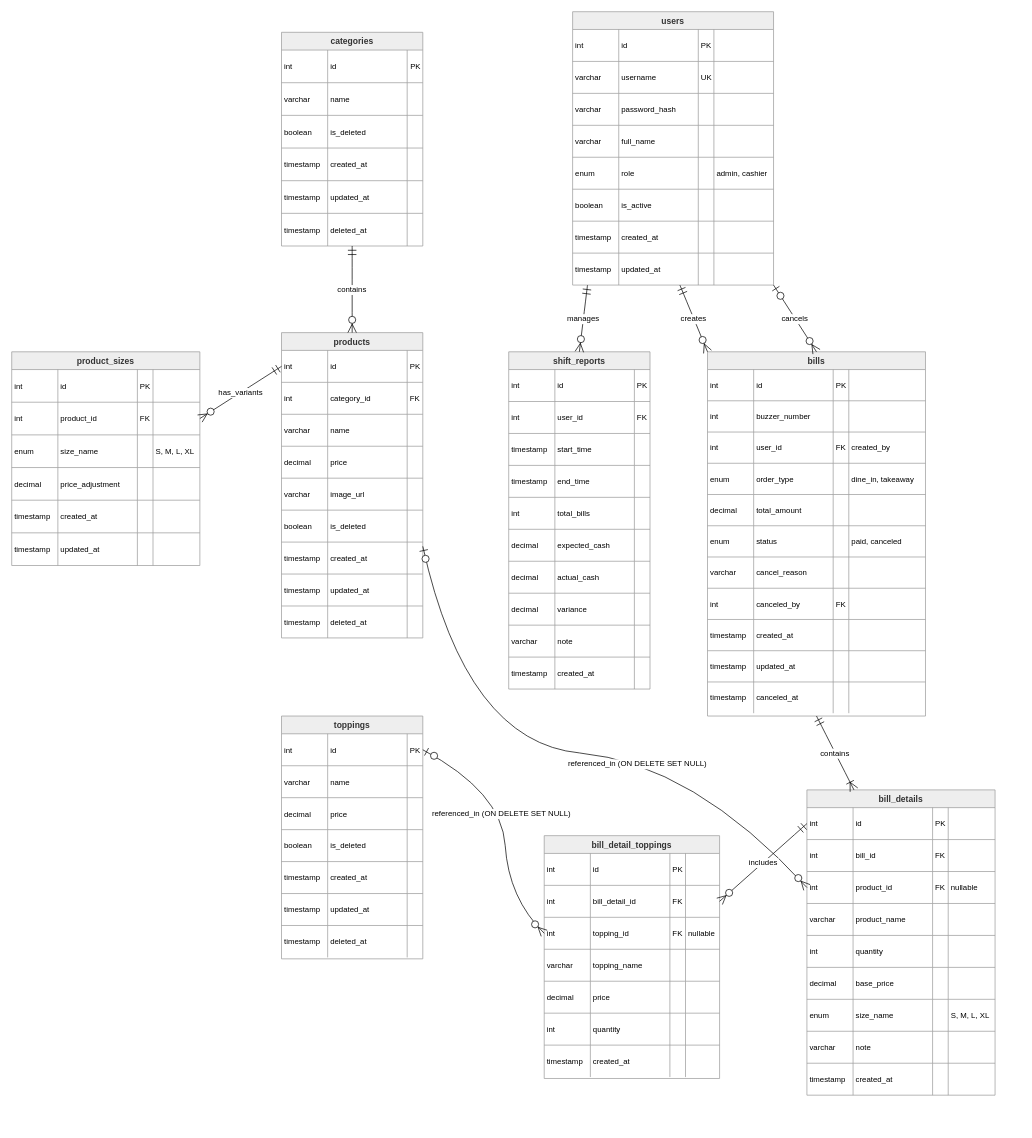
Earlier version of the draw.io diagram coffee-pos/erd.drawio (shin-client/drawio). Source tidied: cells renumbered, new cells numbered last; positions are measured from the earlier drawing's top-left corner, leaving out a move shared by most shapes. Both pictures are drawn from the tidied source at 71%, with x=0, y=0 at pixel (11, 11).
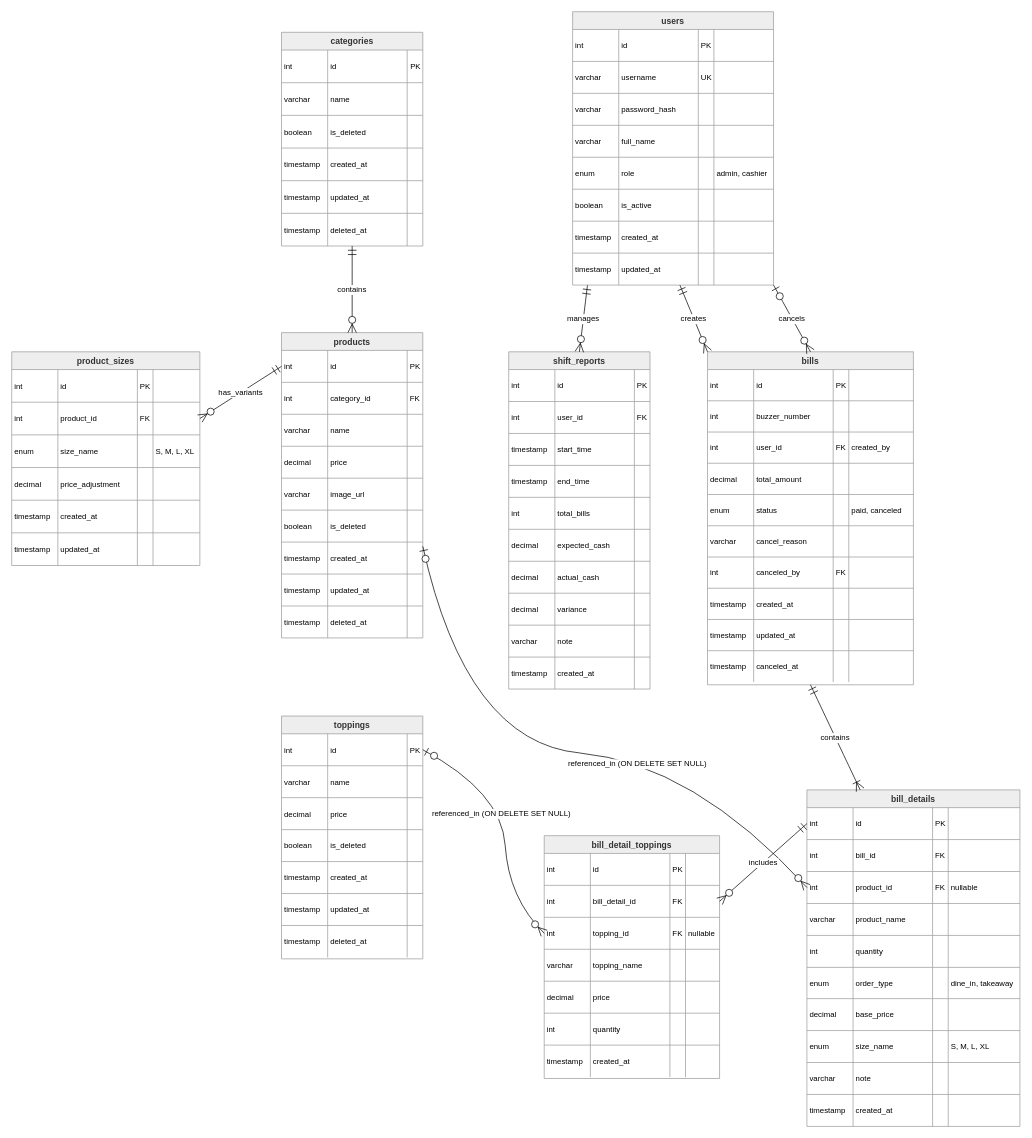
After the change.

Diff of the diagram source:
```diff
@@
     <mxCell id="206" value="bills" style="shape=table;startSize=25;childLayout=tableLayout;rowLines=1;fontStyle=1;align=center;fillColor=light-dark(#eeeeee,#1f2020);strokeColor=light-dark(#999999,#cccccc);fontColor=light-dark(#333333,#cccccc);" parent="1" vertex="1">
-      <mxGeometry x="980" y="479" width="307" height="513" as="geometry" />
+      <mxGeometry x="980" y="479" width="290" height="469" as="geometry" />
     </mxCell>
     <mxCell id="207" style="shape=tableRow;horizontal=0;startSize=0;swimlaneHead=0;swimlaneBody=0;fillColor=none;top=0;left=0;right=0;bottom=0;" parent="206" vertex="1">
-      <mxGeometry y="25" width="307" height="44" as="geometry" />
+      <mxGeometry y="25" width="290" height="44" as="geometry" />
     </mxCell>
@@
     <mxCell id="211" style="shape=partialRectangle;fillColor=none;top=0;left=0;bottom=0;right=0;align=left;spacingLeft=2;overflow=hidden;fontSize=11;" parent="207" vertex="1">
-      <mxGeometry x="199" width="108" height="44" as="geometry" />
+      <mxGeometry x="199" width="91" height="44" as="geometry" />
     </mxCell>
     <mxCell id="212" style="shape=tableRow;horizontal=0;startSize=0;swimlaneHead=0;swimlaneBody=0;fillColor=none;top=0;left=0;right=0;bottom=0;" parent="206" vertex="1">
-      <mxGeometry y="69" width="307" height="44" as="geometry" />
+      <mxGeometry y="69" width="290" height="44" as="geometry" />
     </mxCell>
@@
     <mxCell id="216" style="shape=partialRectangle;fillColor=none;top=0;left=0;bottom=0;right=0;align=left;spacingLeft=2;overflow=hidden;fontSize=11;" parent="212" vertex="1">
-      <mxGeometry x="199" width="108" height="44" as="geometry" />
+      <mxGeometry x="199" width="91" height="44" as="geometry" />
     </mxCell>
     <mxCell id="217" style="shape=tableRow;horizontal=0;startSize=0;swimlaneHead=0;swimlaneBody=0;fillColor=none;top=0;left=0;right=0;bottom=0;" parent="206" vertex="1">
-      <mxGeometry y="113" width="307" height="44" as="geometry" />
+      <mxGeometry y="113" width="290" height="44" as="geometry" />
     </mxCell>
@@
     <mxCell id="221" value="created_by" style="shape=partialRectangle;fillColor=none;top=0;left=0;bottom=0;right=0;align=left;spacingLeft=2;overflow=hidden;fontSize=11;" parent="217" vertex="1">
-      <mxGeometry x="199" width="108" height="44" as="geometry" />
+      <mxGeometry x="199" width="91" height="44" as="geometry" />
     </mxCell>
-    <mxCell id="222" style="shape=tableRow;horizontal=0;startSize=0;swimlaneHead=0;swimlaneBody=0;fillColor=none;top=0;left=0;right=0;bottom=0;" parent="206" vertex="1">
-      <mxGeometry y="157" width="307" height="44" as="geometry" />
-    </mxCell>
-    <mxCell id="223" value="enum" style="shape=partialRectangle;fillColor=none;top=0;left=0;bottom=0;right=0;align=left;spacingLeft=2;overflow=hidden;fontSize=11;" parent="222" vertex="1">
-      <mxGeometry width="65" height="44" as="geometry" />
-    </mxCell>
-    <mxCell id="224" value="order_type" style="shape=partialRectangle;fillColor=none;top=0;left=0;bottom=0;right=0;align=left;spacingLeft=2;overflow=hidden;fontSize=11;" parent="222" vertex="1">
-      <mxGeometry x="65" width="112" height="44" as="geometry" />
-    </mxCell>
-    <mxCell id="225" style="shape=partialRectangle;fillColor=none;top=0;left=0;bottom=0;right=0;align=left;spacingLeft=2;overflow=hidden;fontSize=11;" parent="222" vertex="1">
-      <mxGeometry x="177" width="22" height="44" as="geometry" />
-    </mxCell>
-    <mxCell id="226" value="dine_in, takeaway" style="shape=partialRectangle;fillColor=none;top=0;left=0;bottom=0;right=0;align=left;spacingLeft=2;overflow=hidden;fontSize=11;" parent="222" vertex="1">
-      <mxGeometry x="199" width="108" height="44" as="geometry" />
-    </mxCell>
     <mxCell id="227" style="shape=tableRow;horizontal=0;startSize=0;swimlaneHead=0;swimlaneBody=0;fillColor=none;top=0;left=0;right=0;bottom=0;" parent="206" vertex="1">
-      <mxGeometry y="201" width="307" height="44" as="geometry" />
+      <mxGeometry y="157" width="290" height="44" as="geometry" />
     </mxCell>
@@
     <mxCell id="231" style="shape=partialRectangle;fillColor=none;top=0;left=0;bottom=0;right=0;align=left;spacingLeft=2;overflow=hidden;fontSize=11;" parent="227" vertex="1">
-      <mxGeometry x="199" width="108" height="44" as="geometry" />
+      <mxGeometry x="199" width="91" height="44" as="geometry" />
     </mxCell>
     <mxCell id="232" style="shape=tableRow;horizontal=0;startSize=0;swimlaneHead=0;swimlaneBody=0;fillColor=none;top=0;left=0;right=0;bottom=0;" parent="206" vertex="1">
-      <mxGeometry y="245" width="307" height="44" as="geometry" />
+      <mxGeometry y="201" width="290" height="44" as="geometry" />
     </mxCell>
@@
     <mxCell id="236" value="paid, canceled" style="shape=partialRectangle;fillColor=none;top=0;left=0;bottom=0;right=0;align=left;spacingLeft=2;overflow=hidden;fontSize=11;" parent="232" vertex="1">
-      <mxGeometry x="199" width="108" height="44" as="geometry" />
+      <mxGeometry x="199" width="91" height="44" as="geometry" />
     </mxCell>
     <mxCell id="237" style="shape=tableRow;horizontal=0;startSize=0;swimlaneHead=0;swimlaneBody=0;fillColor=none;top=0;left=0;right=0;bottom=0;" parent="206" vertex="1">
-      <mxGeometry y="289" width="307" height="44" as="geometry" />
+      <mxGeometry y="245" width="290" height="44" as="geometry" />
     </mxCell>
@@
     <mxCell id="241" style="shape=partialRectangle;fillColor=none;top=0;left=0;bottom=0;right=0;align=left;spacingLeft=2;overflow=hidden;fontSize=11;" parent="237" vertex="1">
-      <mxGeometry x="199" width="108" height="44" as="geometry" />
+      <mxGeometry x="199" width="91" height="44" as="geometry" />
     </mxCell>
     <mxCell id="242" style="shape=tableRow;horizontal=0;startSize=0;swimlaneHead=0;swimlaneBody=0;fillColor=none;top=0;left=0;right=0;bottom=0;" parent="206" vertex="1">
-      <mxGeometry y="333" width="307" height="44" as="geometry" />
+      <mxGeometry y="289" width="290" height="44" as="geometry" />
     </mxCell>
@@
     <mxCell id="246" style="shape=partialRectangle;fillColor=none;top=0;left=0;bottom=0;right=0;align=left;spacingLeft=2;overflow=hidden;fontSize=11;" parent="242" vertex="1">
-      <mxGeometry x="199" width="108" height="44" as="geometry" />
+      <mxGeometry x="199" width="91" height="44" as="geometry" />
     </mxCell>
     <mxCell id="247" style="shape=tableRow;horizontal=0;startSize=0;swimlaneHead=0;swimlaneBody=0;fillColor=none;top=0;left=0;right=0;bottom=0;" parent="206" vertex="1">
-      <mxGeometry y="377" width="307" height="44" as="geometry" />
+      <mxGeometry y="333" width="290" height="44" as="geometry" />
     </mxCell>
@@
     <mxCell id="251" style="shape=partialRectangle;fillColor=none;top=0;left=0;bottom=0;right=0;align=left;spacingLeft=2;overflow=hidden;fontSize=11;" parent="247" vertex="1">
-      <mxGeometry x="199" width="108" height="44" as="geometry" />
+      <mxGeometry x="199" width="91" height="44" as="geometry" />
     </mxCell>
     <mxCell id="252" style="shape=tableRow;horizontal=0;startSize=0;swimlaneHead=0;swimlaneBody=0;fillColor=none;top=0;left=0;right=0;bottom=0;" parent="206" vertex="1">
-      <mxGeometry y="421" width="307" height="44" as="geometry" />
+      <mxGeometry y="377" width="290" height="44" as="geometry" />
     </mxCell>
@@
     <mxCell id="256" style="shape=partialRectangle;fillColor=none;top=0;left=0;bottom=0;right=0;align=left;spacingLeft=2;overflow=hidden;fontSize=11;" parent="252" vertex="1">
-      <mxGeometry x="199" width="108" height="44" as="geometry" />
+      <mxGeometry x="199" width="91" height="44" as="geometry" />
     </mxCell>
     <mxCell id="257" style="shape=tableRow;horizontal=0;startSize=0;swimlaneHead=0;swimlaneBody=0;fillColor=none;top=0;left=0;right=0;bottom=0;" parent="206" vertex="1">
-      <mxGeometry y="465" width="307" height="44" as="geometry" />
+      <mxGeometry y="421" width="290" height="44" as="geometry" />
     </mxCell>
@@
     <mxCell id="261" style="shape=partialRectangle;fillColor=none;top=0;left=0;bottom=0;right=0;align=left;spacingLeft=2;overflow=hidden;fontSize=11;" parent="257" vertex="1">
-      <mxGeometry x="199" width="108" height="44" as="geometry" />
+      <mxGeometry x="199" width="91" height="44" as="geometry" />
     </mxCell>
     <mxCell id="262" value="bill_details" style="shape=table;startSize=25;childLayout=tableLayout;rowLines=1;fontStyle=1;align=center;fillColor=light-dark(#eeeeee,#1f2020);strokeColor=light-dark(#999999,#cccccc);fontColor=light-dark(#333333,#cccccc);" parent="1" vertex="1">
-      <mxGeometry x="1120" y="1096" width="265" height="430" as="geometry" />
+      <mxGeometry x="1120" y="1096" width="300" height="474" as="geometry" />
     </mxCell>
     <mxCell id="263" style="shape=tableRow;horizontal=0;startSize=0;swimlaneHead=0;swimlaneBody=0;fillColor=none;points=[[0,0.5],[1,0.5]];portConstraint=eastwest;top=0;left=0;right=0;bottom=0;" parent="262" vertex="1">
-      <mxGeometry y="25" width="265" height="45" as="geometry" />
+      <mxGeometry y="25" width="300" height="45" as="geometry" />
     </mxCell>
@@
     <mxCell id="267" style="shape=partialRectangle;fillColor=none;top=0;left=0;bottom=0;right=0;align=left;spacingLeft=2;overflow=hidden;fontSize=11;" parent="263" vertex="1">
-      <mxGeometry x="199" width="66" height="45" as="geometry" />
+      <mxGeometry x="199" width="101" height="45" as="geometry" />
     </mxCell>
     <mxCell id="268" style="shape=tableRow;horizontal=0;startSize=0;swimlaneHead=0;swimlaneBody=0;fillColor=none;top=0;left=0;right=0;bottom=0;" parent="262" vertex="1">
-      <mxGeometry y="70" width="265" height="45" as="geometry" />
+      <mxGeometry y="70" width="300" height="45" as="geometry" />
     </mxCell>
@@
     <mxCell id="272" style="shape=partialRectangle;fillColor=none;top=0;left=0;bottom=0;right=0;align=left;spacingLeft=2;overflow=hidden;fontSize=11;" parent="268" vertex="1">
-      <mxGeometry x="199" width="66" height="45" as="geometry" />
+      <mxGeometry x="199" width="101" height="45" as="geometry" />
     </mxCell>
     <mxCell id="273" style="shape=tableRow;horizontal=0;startSize=0;swimlaneHead=0;swimlaneBody=0;fillColor=none;points=[[0,0.5],[1,0.5]];portConstraint=eastwest;top=0;left=0;right=0;bottom=0;" parent="262" vertex="1">
-      <mxGeometry y="115" width="265" height="45" as="geometry" />
+      <mxGeometry y="115" width="300" height="45" as="geometry" />
     </mxCell>
@@
     <mxCell id="277" value="nullable" style="shape=partialRectangle;fillColor=none;top=0;left=0;bottom=0;right=0;align=left;spacingLeft=2;overflow=hidden;fontSize=11;" parent="273" vertex="1">
-      <mxGeometry x="199" width="66" height="45" as="geometry" />
+      <mxGeometry x="199" width="101" height="45" as="geometry" />
     </mxCell>
     <mxCell id="278" style="shape=tableRow;horizontal=0;startSize=0;swimlaneHead=0;swimlaneBody=0;fillColor=none;top=0;left=0;right=0;bottom=0;" parent="262" vertex="1">
-      <mxGeometry y="160" width="265" height="45" as="geometry" />
+      <mxGeometry y="160" width="300" height="45" as="geometry" />
     </mxCell>
@@
     <mxCell id="282" style="shape=partialRectangle;fillColor=none;top=0;left=0;bottom=0;right=0;align=left;spacingLeft=2;overflow=hidden;fontSize=11;" parent="278" vertex="1">
-      <mxGeometry x="199" width="66" height="45" as="geometry" />
+      <mxGeometry x="199" width="101" height="45" as="geometry" />
     </mxCell>
     <mxCell id="283" style="shape=tableRow;horizontal=0;startSize=0;swimlaneHead=0;swimlaneBody=0;fillColor=none;top=0;left=0;right=0;bottom=0;" parent="262" vertex="1">
-      <mxGeometry y="205" width="265" height="45" as="geometry" />
+      <mxGeometry y="205" width="300" height="45" as="geometry" />
     </mxCell>
@@
     <mxCell id="287" style="shape=partialRectangle;fillColor=none;top=0;left=0;bottom=0;right=0;align=left;spacingLeft=2;overflow=hidden;fontSize=11;" parent="283" vertex="1">
-      <mxGeometry x="199" width="66" height="45" as="geometry" />
+      <mxGeometry x="199" width="101" height="45" as="geometry" />
     </mxCell>
+    <mxCell id="222" style="shape=tableRow;horizontal=0;startSize=0;swimlaneHead=0;swimlaneBody=0;fillColor=none;top=0;left=0;right=0;bottom=0;" parent="262" vertex="1">
+      <mxGeometry y="250" width="300" height="44" as="geometry" />
+    </mxCell>
+    <mxCell id="223" value="enum" style="shape=partialRectangle;fillColor=none;top=0;left=0;bottom=0;right=0;align=left;spacingLeft=2;overflow=hidden;fontSize=11;" parent="222" vertex="1">
+      <mxGeometry width="65" height="44" as="geometry" />
+    </mxCell>
+    <mxCell id="224" value="order_type" style="shape=partialRectangle;fillColor=none;top=0;left=0;bottom=0;right=0;align=left;spacingLeft=2;overflow=hidden;fontSize=11;" parent="222" vertex="1">
+      <mxGeometry x="65" width="112" height="44" as="geometry" />
+    </mxCell>
+    <mxCell id="225" style="shape=partialRectangle;fillColor=none;top=0;left=0;bottom=0;right=0;align=left;spacingLeft=2;overflow=hidden;fontSize=11;" parent="222" vertex="1">
+      <mxGeometry x="177" width="22" height="44" as="geometry" />
+    </mxCell>
+    <mxCell id="226" value="dine_in, takeaway" style="shape=partialRectangle;fillColor=none;top=0;left=0;bottom=0;right=0;align=left;spacingLeft=2;overflow=hidden;fontSize=11;" parent="222" vertex="1">
+      <mxGeometry x="199" width="101" height="44" as="geometry" />
+    </mxCell>
     <mxCell id="288" style="shape=tableRow;horizontal=0;startSize=0;swimlaneHead=0;swimlaneBody=0;fillColor=none;top=0;left=0;right=0;bottom=0;" parent="262" vertex="1">
-      <mxGeometry y="250" width="265" height="45" as="geometry" />
+      <mxGeometry y="294" width="300" height="45" as="geometry" />
     </mxCell>
@@
     <mxCell id="292" style="shape=partialRectangle;fillColor=none;top=0;left=0;bottom=0;right=0;align=left;spacingLeft=2;overflow=hidden;fontSize=11;" parent="288" vertex="1">
-      <mxGeometry x="199" width="66" height="45" as="geometry" />
+      <mxGeometry x="199" width="101" height="45" as="geometry" />
     </mxCell>
     <mxCell id="293" style="shape=tableRow;horizontal=0;startSize=0;swimlaneHead=0;swimlaneBody=0;fillColor=none;top=0;left=0;right=0;bottom=0;" parent="262" vertex="1">
-      <mxGeometry y="295" width="265" height="45" as="geometry" />
+      <mxGeometry y="339" width="300" height="45" as="geometry" />
     </mxCell>
@@
     <mxCell id="297" value="S, M, L, XL" style="shape=partialRectangle;fillColor=none;top=0;left=0;bottom=0;right=0;align=left;spacingLeft=2;overflow=hidden;fontSize=11;" parent="293" vertex="1">
-      <mxGeometry x="199" width="66" height="45" as="geometry" />
+      <mxGeometry x="199" width="101" height="45" as="geometry" />
     </mxCell>
     <mxCell id="298" style="shape=tableRow;horizontal=0;startSize=0;swimlaneHead=0;swimlaneBody=0;fillColor=none;top=0;left=0;right=0;bottom=0;" parent="262" vertex="1">
-      <mxGeometry y="340" width="265" height="45" as="geometry" />
+      <mxGeometry y="384" width="300" height="45" as="geometry" />
     </mxCell>
@@
     <mxCell id="302" style="shape=partialRectangle;fillColor=none;top=0;left=0;bottom=0;right=0;align=left;spacingLeft=2;overflow=hidden;fontSize=11;" parent="298" vertex="1">
-      <mxGeometry x="199" width="66" height="45" as="geometry" />
+      <mxGeometry x="199" width="101" height="45" as="geometry" />
     </mxCell>
     <mxCell id="303" style="shape=tableRow;horizontal=0;startSize=0;swimlaneHead=0;swimlaneBody=0;fillColor=none;top=0;left=0;right=0;bottom=0;" parent="262" vertex="1">
-      <mxGeometry y="385" width="265" height="45" as="geometry" />
+      <mxGeometry y="429" width="300" height="45" as="geometry" />
     </mxCell>
@@
     <mxCell id="307" style="shape=partialRectangle;fillColor=none;top=0;left=0;bottom=0;right=0;align=left;spacingLeft=2;overflow=hidden;fontSize=11;" parent="303" vertex="1">
-      <mxGeometry x="199" width="66" height="45" as="geometry" />
+      <mxGeometry x="199" width="101" height="45" as="geometry" />
     </mxCell>
```
